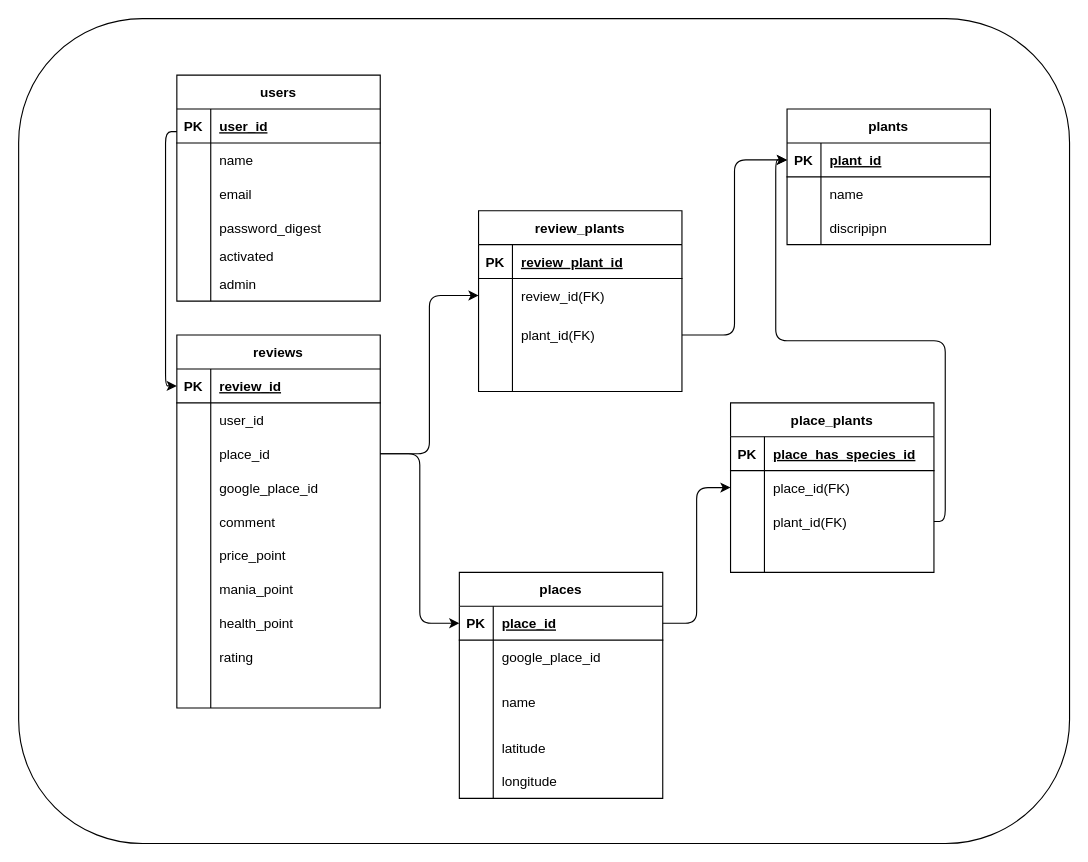
The draw.io diagram table_ER.drawio in sousukegit/plants_demo_app_v2_root, before the edit. Source tidied: cells renumbered, new cells numbered last; positions are measured from the earlier drawing's top-left corner, leaving out a move shared by most shapes. Both pictures are drawn from the tidied source at 113%, with x=0, y=0 at pixel (18, 18).
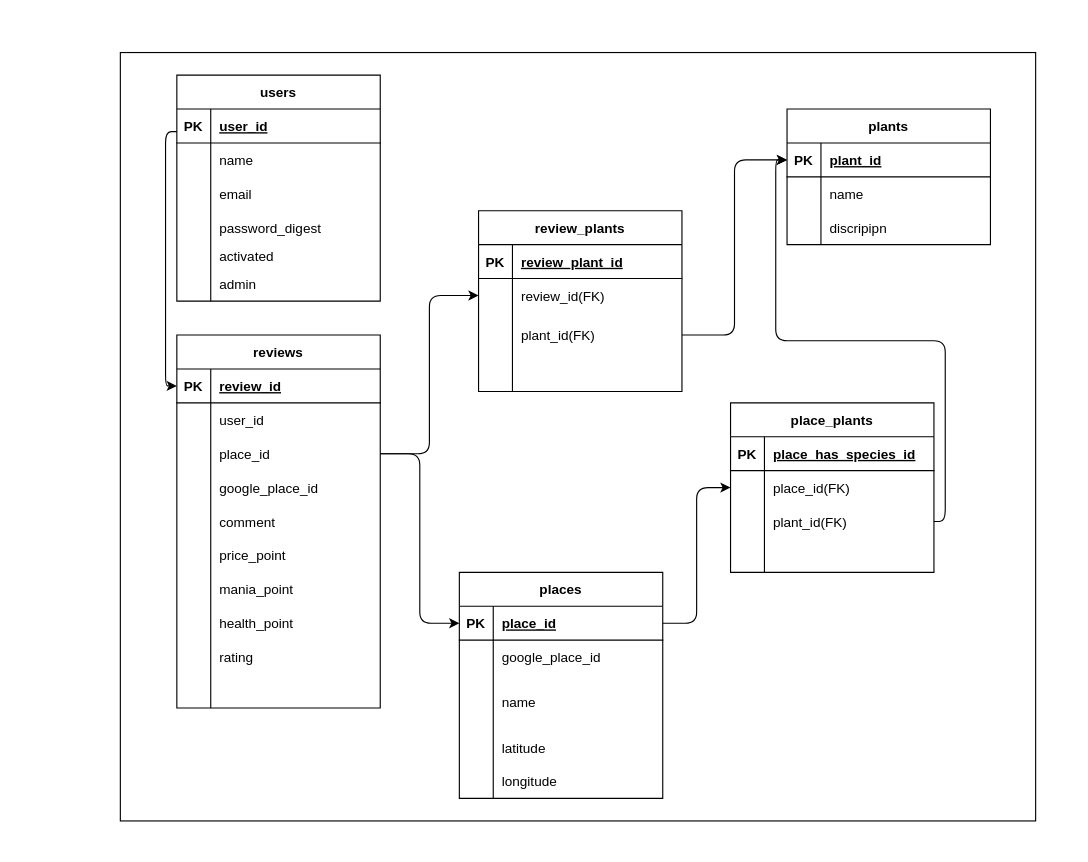
After the change.

What changed in the source:
```diff
@@
-    <mxCell id="2" style="rounded=1;whiteSpace=wrap;html=1;" parent="1" vertex="1">
-      <mxGeometry width="930" height="730" as="geometry" />
+    <mxCell id="2" style="rounded=0;whiteSpace=wrap;html=1;" parent="1" vertex="1">
+      <mxGeometry x="90" y="30" width="810" height="680" as="geometry" />
     </mxCell>
```
